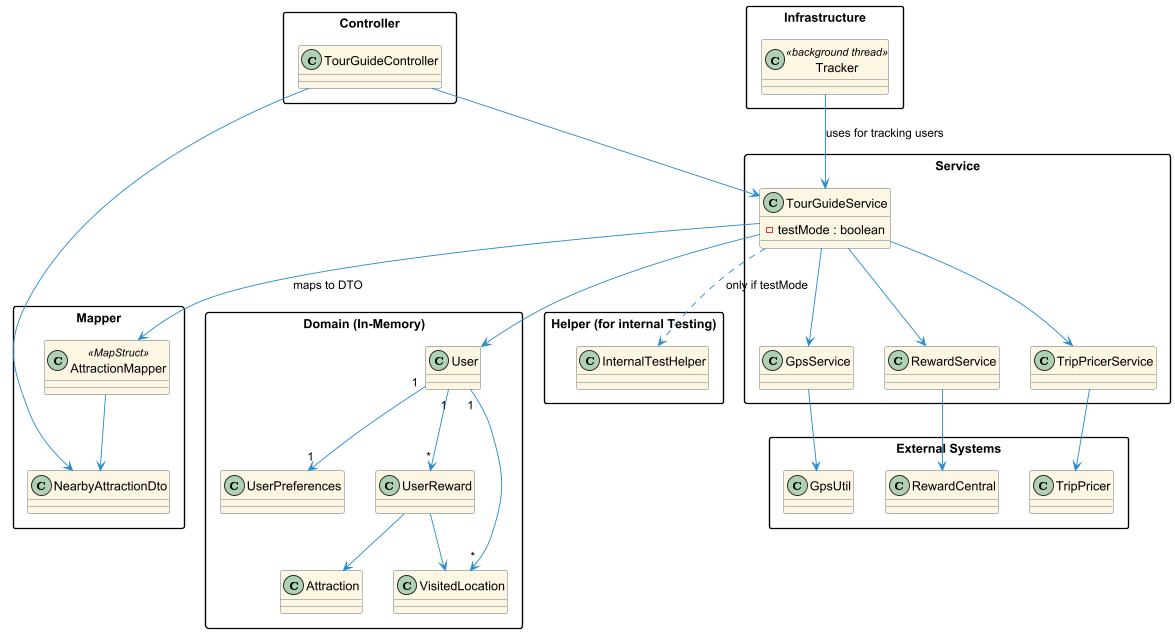
Earlier version of the PlantUML export TourGuide/docs/diagram/tourguide-architecture.png (Lulippe-Hiboude/JavaPathENProject8).
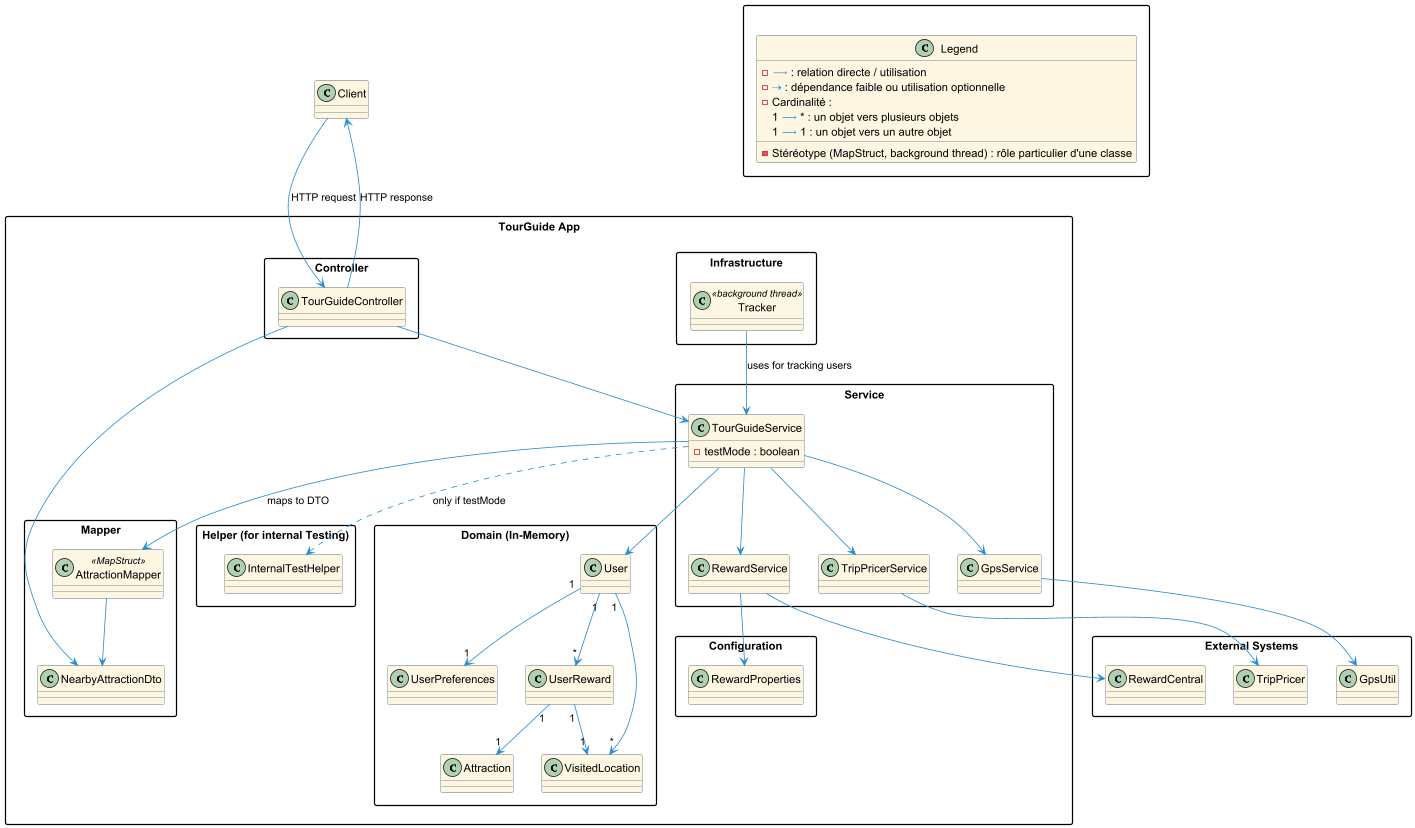
The same diagram one commit later.

Commit message:
feat(TG-13): update architecture schema and modify config in application-properties

Change to the diagram source:
```diff
@@ -8,44 +8,56 @@
   ArrowColor #268BD2
 }
 
-package "Controller" {
-  class TourGuideController
-}
+package "TourGuide App" {
 
-package "Mapper" {
-  class AttractionMapper <<MapStruct>>
-  class NearbyAttractionDto
+  package "Controller" {
+    class TourGuideController
+  }
 
-  AttractionMapper --> NearbyAttractionDto
-}
+  package "Mapper" {
+    class AttractionMapper <<MapStruct>>
+    class NearbyAttractionDto
 
-package "Service" {
-  class TourGuideService {
-    - testMode : boolean
+    AttractionMapper --> NearbyAttractionDto
   }
-  class GpsService
-  class RewardService
-  class TripPricerService
-}
 
-package "Infrastructure" {
+  package "Service" {
+    class TourGuideService {
+      - testMode : boolean
+    }
+    class GpsService
+    class RewardService
+    class TripPricerService
+  }
+
+  package "Infrastructure" {
     class Tracker <<background thread>>
     Tracker --> TourGuideService : uses for tracking users
-}
+  }
 
-package "Domain (In-Memory)" {
-  class User
-  class UserPreferences
-  class UserReward
-  class VisitedLocation
-  class Attraction
+  package "Domain (In-Memory)" {
+    class User
+    class UserPreferences
+    class UserReward
+    class VisitedLocation
+    class Attraction
 
-  User "1" --> "*" VisitedLocation
-  User "1" --> "*" UserReward
-  User "1" --> "1" UserPreferences
+    User "1" --> "*" VisitedLocation
+    User "1" --> "*" UserReward
+    User "1" --> "1" UserPreferences
 
-  UserReward --> VisitedLocation
-  UserReward --> Attraction
+    UserReward "1" --> "1" VisitedLocation
+    UserReward "1" --> "1" Attraction
+  }
+
+  package "Helper (for internal Testing)" {
+    class InternalTestHelper
+  }
+
+  package "Configuration" {
+    class RewardProperties
+  }
+
 }
 
 package "External Systems" {
@@ -54,9 +66,8 @@
   class TripPricer
 }
 
-package "Helper (for internal Testing)" {
-  class InternalTestHelper
-}
+
+class Client
 
 TourGuideController --> TourGuideService
 TourGuideController --> NearbyAttractionDto
@@ -65,12 +76,27 @@
 TourGuideService --> RewardService
 TourGuideService --> TripPricerService
 
+TourGuideService --> User
+TourGuideService ..> InternalTestHelper : only if testMode
+
 GpsService --> GpsUtil
 RewardService --> RewardCentral
+RewardService --> RewardProperties
 TripPricerService --> TripPricer
 
-TourGuideService --> User
 
-TourGuideService ..> InternalTestHelper : only if testMode
+Client --> TourGuideController : HTTP request
+TourGuideController --> Client : HTTP response
+
+package  as LegendBox {
+  class Legend {
+  - <color:#268BD2>⟶</color> : relation directe / utilisation
+  - <color:#268BD2>⇢</color> : dépendance faible ou utilisation optionnelle
+  - Cardinalité :
+        1 <color:#268BD2>⟶</color> * : un objet vers plusieurs objets
+        1 <color:#268BD2>⟶</color> 1 : un objet vers un autre objet
+  - Stéréotype (MapStruct, background thread) : rôle particulier d'une classe
+  }
+}
 
 @enduml
```
